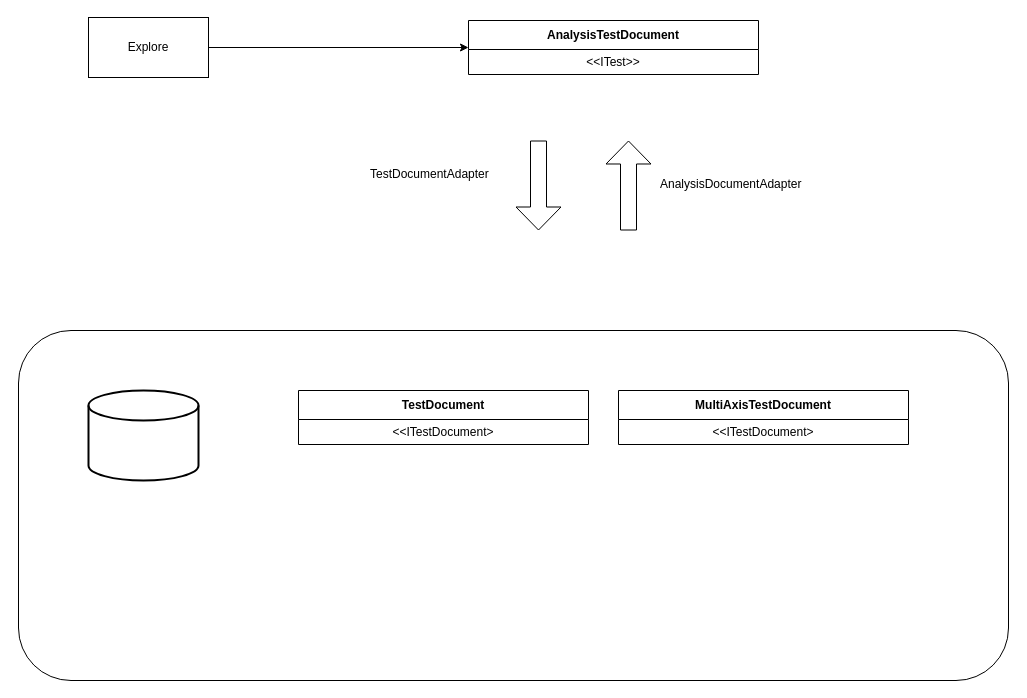
The draw.io diagram Document Structures in Explore.drawio in AmolSJawalkar/DrawIO, before the edit. Source tidied: cells renumbered, new cells numbered last; positions are measured from the earlier drawing's top-left corner, leaving out a move shared by most shapes. Both pictures are drawn from the tidied source at 100%, with x=0, y=0 at pixel (18, 17).
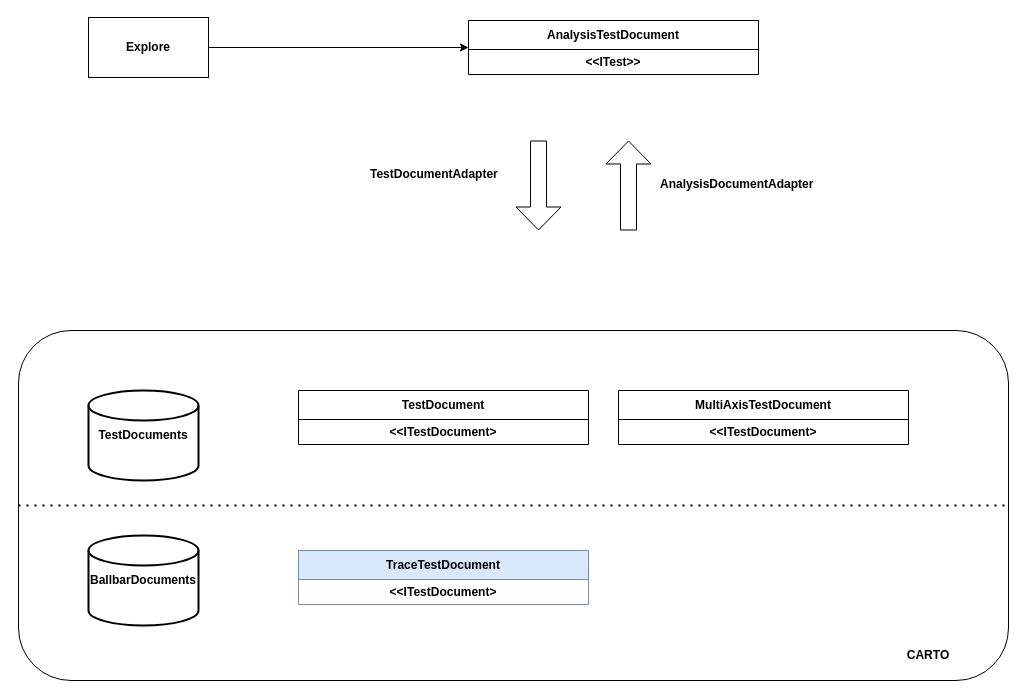
Above is the later version.

The change refers to these unchanged cells:
```xml
<mxCell id="3" value="AnalysisTestDocument" style="swimlane;fontStyle=1;align=center;verticalAlign=middle;horizontal=1;startSize=29;html=1;whiteSpace=wrap;" parent="1" vertex="1">
  <mxGeometry x="450" y="3" width="290" height="54" as="geometry" />
</mxCell>
<mxCell id="8" value="TestDocument" style="swimlane;fontStyle=1;align=center;verticalAlign=middle;horizontal=1;startSize=29;html=1;whiteSpace=wrap;" parent="1" vertex="1">
  <mxGeometry x="280" y="373" width="290" height="54" as="geometry" />
</mxCell>
<mxCell id="10" value="MultiAxisTestDocument" style="swimlane;fontStyle=1;align=center;verticalAlign=middle;horizontal=1;startSize=29;html=1;whiteSpace=wrap;" parent="1" vertex="1">
  <mxGeometry x="600" y="373" width="290" height="54" as="geometry" />
</mxCell>
```

Diff of the diagram source:
```diff
@@
-    <mxCell id="2" style="rounded=1;whiteSpace=wrap;html=1;" parent="1" vertex="1">
+    <mxCell id="2" style="rounded=1;whiteSpace=wrap;html=1;fontStyle=1;" parent="1" vertex="1">
       <mxGeometry y="313" width="990" height="350" as="geometry" />
     </mxCell>
@@
-    <mxCell id="4" value="&amp;lt;&amp;lt;ITest&amp;gt;&amp;gt;" style="text;html=1;strokeColor=none;fillColor=none;align=center;verticalAlign=middle;spacingLeft=4;spacingRight=4;overflow=hidden;whiteSpace=wrap;" parent="3" vertex="1">
+    <mxCell id="4" value="&amp;lt;&amp;lt;ITest&amp;gt;&amp;gt;" style="text;html=1;strokeColor=none;fillColor=none;align=center;verticalAlign=middle;spacingLeft=4;spacingRight=4;overflow=hidden;whiteSpace=wrap;fontStyle=1;" parent="3" vertex="1">
       <mxGeometry y="29" width="290" height="25" as="geometry" />
     </mxCell>
-    <mxCell id="5" style="edgeStyle=orthogonalEdgeStyle;rounded=0;jettySize=auto;html=1;" parent="1" edge="1" source="6" target="3">
+    <mxCell id="5" style="edgeStyle=orthogonalEdgeStyle;rounded=0;jettySize=auto;html=1;fontStyle=1;" parent="1" edge="1" source="6" target="3">
       <mxGeometry relative="1" as="geometry" />
     </mxCell>
-    <mxCell id="6" value="Explore" style="rounded=0;whiteSpace=wrap;html=1;" parent="1" vertex="1">
+    <mxCell id="6" value="Explore" style="rounded=0;whiteSpace=wrap;html=1;fontStyle=1;" parent="1" vertex="1">
       <mxGeometry x="70" width="120" height="60" as="geometry" />
     </mxCell>
-    <mxCell id="7" style="strokeWidth=2;html=1;shape=mxgraph.flowchart.database;whiteSpace=wrap;" parent="1" vertex="1">
+    <mxCell id="7" value="TestDocuments" style="strokeWidth=2;html=1;shape=mxgraph.flowchart.database;whiteSpace=wrap;fontStyle=1;" parent="1" vertex="1">
       <mxGeometry x="70" y="373" width="110" height="90" as="geometry" />
     </mxCell>
@@
-    <mxCell id="9" value="&amp;lt;&amp;lt;ITestDocument&amp;gt;" style="text;html=1;strokeColor=none;fillColor=none;align=center;verticalAlign=middle;spacingLeft=4;spacingRight=4;overflow=hidden;whiteSpace=wrap;" parent="8" vertex="1">
+    <mxCell id="9" value="&amp;lt;&amp;lt;ITestDocument&amp;gt;" style="text;html=1;strokeColor=none;fillColor=none;align=center;verticalAlign=middle;spacingLeft=4;spacingRight=4;overflow=hidden;whiteSpace=wrap;fontStyle=1;" parent="8" vertex="1">
       <mxGeometry y="29" width="290" height="25" as="geometry" />
     </mxCell>
@@
-    <mxCell id="11" value="&amp;lt;&amp;lt;ITestDocument&amp;gt;" style="text;html=1;strokeColor=none;fillColor=none;align=center;verticalAlign=middle;spacingLeft=4;spacingRight=4;overflow=hidden;whiteSpace=wrap;" parent="10" vertex="1">
+    <mxCell id="11" value="&amp;lt;&amp;lt;ITestDocument&amp;gt;" style="text;html=1;strokeColor=none;fillColor=none;align=center;verticalAlign=middle;spacingLeft=4;spacingRight=4;overflow=hidden;whiteSpace=wrap;fontStyle=1;" parent="10" vertex="1">
       <mxGeometry y="29" width="290" height="25" as="geometry" />
     </mxCell>
-    <mxCell id="12" style="shape=flexArrow;endArrow=classic;html=1;rounded=0;endWidth=28;endSize=7.33;width=16;" parent="1" edge="1">
+    <mxCell id="12" style="shape=flexArrow;endArrow=classic;html=1;rounded=0;endWidth=28;endSize=7.33;width=16;fontStyle=1;" parent="1" edge="1">
       <mxGeometry relative="1" as="geometry">
         <mxPoint x="610" y="213" as="sourcePoint" />
         <mxPoint x="610" y="123" as="targetPoint" />
       </mxGeometry>
     </mxCell>
-    <mxCell id="13" style="shape=flexArrow;endArrow=classic;html=1;rounded=0;endWidth=28;endSize=7.33;width=16;" parent="1" edge="1">
+    <mxCell id="13" style="shape=flexArrow;endArrow=classic;html=1;rounded=0;endWidth=28;endSize=7.33;width=16;fontStyle=1;" parent="1" edge="1">
       <mxGeometry relative="1" as="geometry">
         <mxPoint x="520" y="123" as="sourcePoint" />
         <mxPoint x="520" y="213" as="targetPoint" />
       </mxGeometry>
     </mxCell>
-    <mxCell id="14" value="TestDocumentAdapter" style="text;whiteSpace=wrap;" parent="1" vertex="1">
+    <mxCell id="14" value="TestDocumentAdapter" style="text;whiteSpace=wrap;fontStyle=1;" parent="1" vertex="1">
       <mxGeometry x="350" y="143" width="150" height="40" as="geometry" />
     </mxCell>
-    <mxCell id="15" value="AnalysisDocumentAdapter" style="text;whiteSpace=wrap;" parent="1" vertex="1">
+    <mxCell id="15" value="AnalysisDocumentAdapter" style="text;whiteSpace=wrap;fontStyle=1;" parent="1" vertex="1">
       <mxGeometry x="640" y="153" width="170" height="40" as="geometry" />
     </mxCell>
+    <mxCell id="16" value="TraceTestDocument" style="swimlane;fontStyle=1;align=center;verticalAlign=middle;horizontal=1;startSize=29;html=1;whiteSpace=wrap;fillColor=#dae8fc;strokeColor=#6c8ebf;" parent="1" vertex="1">
+      <mxGeometry x="280" y="533" width="290" height="54" as="geometry" />
+    </mxCell>
+    <mxCell id="17" value="&amp;lt;&amp;lt;ITestDocument&amp;gt;" style="text;html=1;strokeColor=none;fillColor=none;align=center;verticalAlign=middle;spacingLeft=4;spacingRight=4;overflow=hidden;whiteSpace=wrap;fontStyle=1;" parent="16" vertex="1">
+      <mxGeometry y="29" width="290" height="25" as="geometry" />
+    </mxCell>
+    <mxCell id="18" value="BallbarDocuments" style="strokeWidth=2;html=1;shape=mxgraph.flowchart.database;whiteSpace=wrap;fontStyle=1;" parent="1" vertex="1">
+      <mxGeometry x="70" y="518" width="110" height="90" as="geometry" />
+    </mxCell>
+    <mxCell id="19" style="endArrow=none;dashed=1;html=1;dashPattern=1 3;strokeWidth=2;rounded=0;exitX=0;exitY=0.5;exitDx=0;exitDy=0;entryX=1;entryY=0.5;entryDx=0;entryDy=0;fontStyle=1;" parent="1" edge="1" source="2" target="2">
+      <mxGeometry relative="1" as="geometry" />
+    </mxCell>
+    <mxCell id="20" value="CARTO" style="text;html=1;strokeColor=none;fillColor=none;align=center;verticalAlign=middle;whiteSpace=wrap;rounded=0;fontStyle=1;" parent="1" vertex="1">
+      <mxGeometry x="880" y="623" width="60" height="30" as="geometry" />
+    </mxCell>
```
